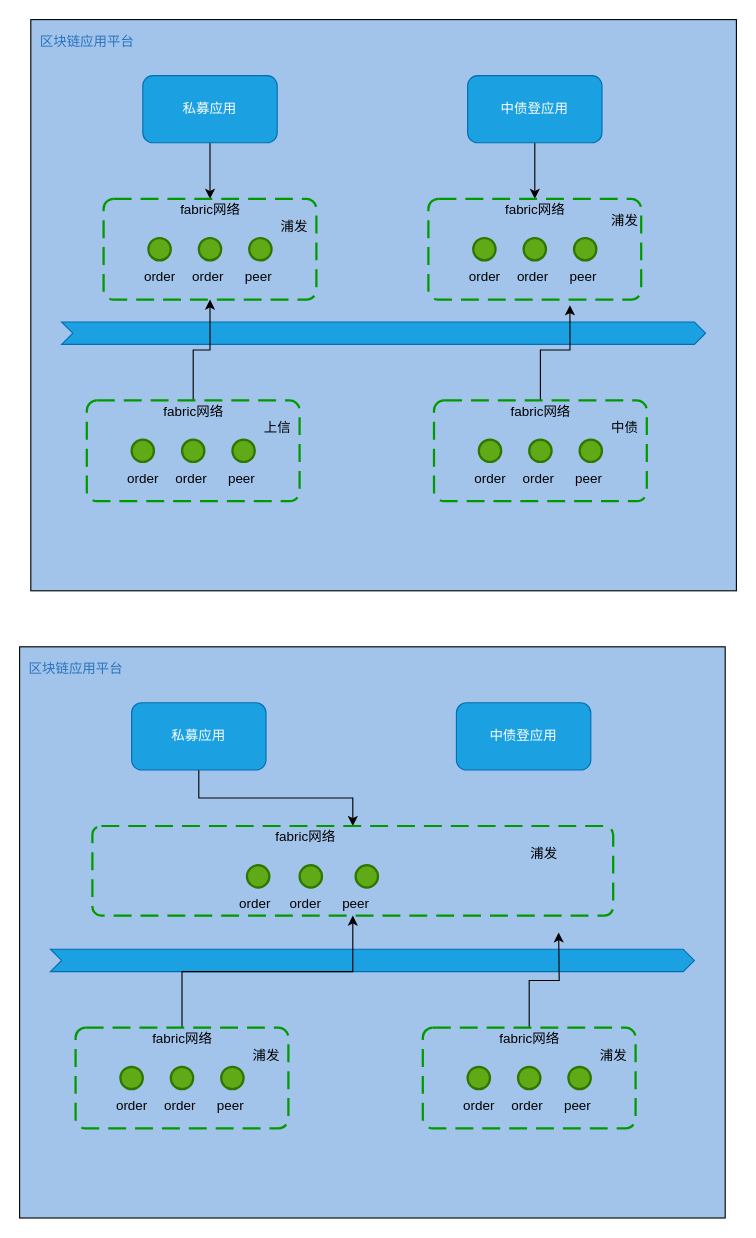
This is 未命名绘图.drawio from a1154319899/blockchain_learning_materials, a draw.io file, before an edit. Source tidied: cells renumbered, new cells numbered last; positions are measured from the earlier drawing's top-left corner, leaving out a move shared by most shapes. Both pictures are drawn from the tidied source at 112%, with x=0, y=0 at pixel (19, 19).
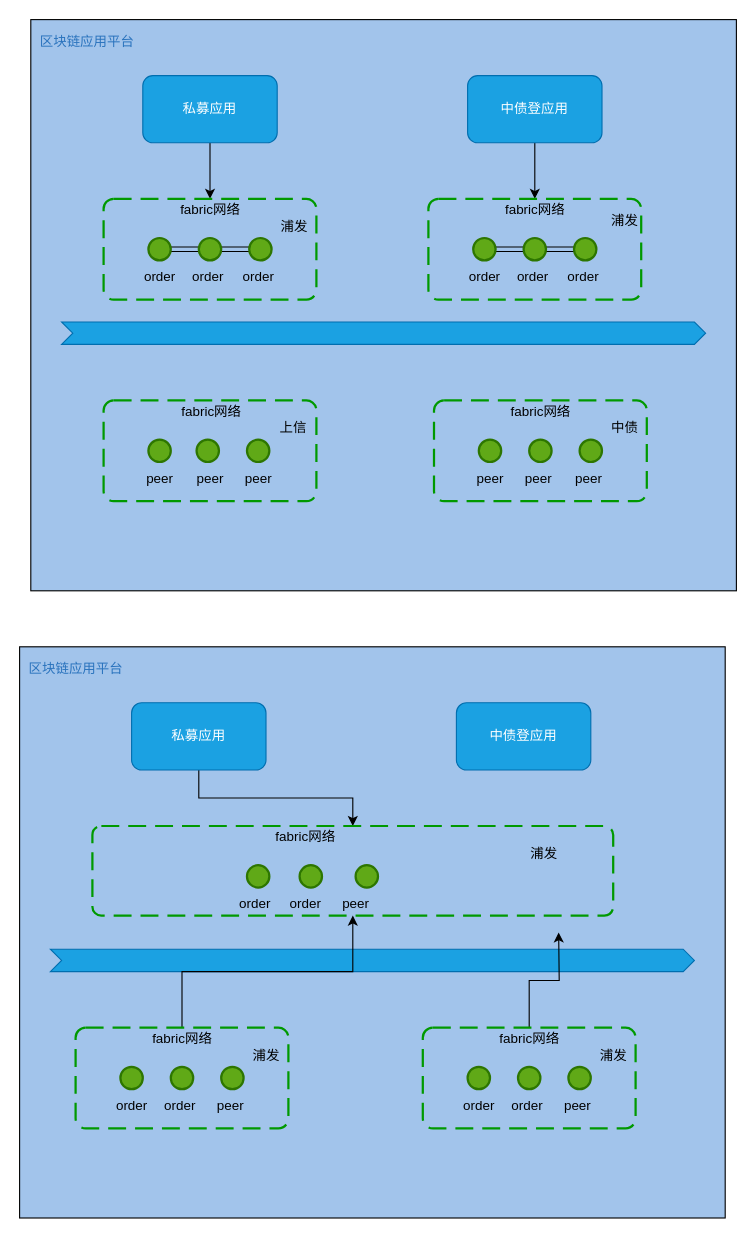
After the change.

The change refers to these unchanged cells:
```xml
<mxCell id="8" style="rounded=1;arcSize=10;dashed=1;fillColor=none;gradientColor=none;dashPattern=8 4;strokeWidth=2;fontColor=#2A73BD;strokeColor=#009900;" parent="1" vertex="1">
  <mxGeometry x="75" y="160" width="190" height="90" as="geometry" />
</mxCell>
<mxCell id="10" style="strokeWidth=2;html=1;shape=mxgraph.flowchart.start_2;whiteSpace=wrap;fillColor=#60a917;fontColor=#ffffff;strokeColor=#2D7600;" parent="1" vertex="1">
  <mxGeometry x="115" y="195" width="20" height="20" as="geometry" />
</mxCell>
<mxCell id="11" style="strokeWidth=2;html=1;shape=mxgraph.flowchart.start_2;whiteSpace=wrap;fillColor=#60a917;fontColor=#ffffff;strokeColor=#2D7600;" parent="1" vertex="1">
  <mxGeometry x="160" y="195" width="20" height="20" as="geometry" />
</mxCell>
<mxCell id="12" style="strokeWidth=2;html=1;shape=mxgraph.flowchart.start_2;whiteSpace=wrap;fillColor=#60a917;fontColor=#ffffff;strokeColor=#2D7600;" parent="1" vertex="1">
  <mxGeometry x="205" y="195" width="20" height="20" as="geometry" />
</mxCell>
<mxCell id="16" style="rounded=1;arcSize=10;dashed=1;fillColor=none;gradientColor=none;dashPattern=8 4;strokeWidth=2;fontColor=#2A73BD;strokeColor=#009900;" parent="1" vertex="1">
  <mxGeometry x="365" y="160" width="190" height="90" as="geometry" />
</mxCell>
<mxCell id="18" style="strokeWidth=2;html=1;shape=mxgraph.flowchart.start_2;whiteSpace=wrap;fillColor=#60a917;fontColor=#ffffff;strokeColor=#2D7600;" parent="1" vertex="1">
  <mxGeometry x="405" y="195" width="20" height="20" as="geometry" />
</mxCell>
<mxCell id="19" style="strokeWidth=2;html=1;shape=mxgraph.flowchart.start_2;whiteSpace=wrap;fillColor=#60a917;fontColor=#ffffff;strokeColor=#2D7600;" parent="1" vertex="1">
  <mxGeometry x="450" y="195" width="20" height="20" as="geometry" />
</mxCell>
<mxCell id="20" style="strokeWidth=2;html=1;shape=mxgraph.flowchart.start_2;whiteSpace=wrap;fillColor=#60a917;fontColor=#ffffff;strokeColor=#2D7600;" parent="1" vertex="1">
  <mxGeometry x="495" y="195" width="20" height="20" as="geometry" />
</mxCell>
<mxCell id="28" style="rounded=1;arcSize=10;dashed=1;fillColor=none;gradientColor=none;dashPattern=8 4;strokeWidth=2;fontColor=#2A73BD;strokeColor=#009900;" parent="1" vertex="1">
  <mxGeometry x="370" y="340" width="190" height="90" as="geometry" />
</mxCell>
```

The edit, as a diff of the source:
```diff
@@
+    <mxCell id="82" style="edgeStyle=orthogonalEdgeStyle;rounded=0;jettySize=auto;html=1;exitX=1;exitY=0.5;exitDx=0;exitDy=0;exitPerimeter=0;entryX=0;entryY=0.5;entryDx=0;entryDy=0;entryPerimeter=0;shape=link;" parent="1" edge="1" source="10" target="11">
+      <mxGeometry relative="1" as="geometry" />
+    </mxCell>
@@
+    <mxCell id="83" style="edgeStyle=orthogonalEdgeStyle;shape=link;rounded=0;jettySize=auto;html=1;exitX=1;exitY=0.5;exitDx=0;exitDy=0;exitPerimeter=0;" parent="1" edge="1" source="11" target="12">
+      <mxGeometry relative="1" as="geometry" />
+    </mxCell>
@@
-    <mxCell id="15" value="peer" style="text;html=1;align=center;verticalAlign=middle;fillColor=none;strokeColor=none;rounded=0;fontColor=#000000;" parent="1" vertex="1">
+    <mxCell id="15" value="order" style="text;html=1;align=center;verticalAlign=middle;fillColor=none;strokeColor=none;rounded=0;fontColor=#000000;" parent="1" vertex="1">
       <mxGeometry x="193" y="220" width="40" height="20" as="geometry" />
     </mxCell>
@@
+    <mxCell id="84" style="edgeStyle=orthogonalEdgeStyle;shape=link;rounded=0;jettySize=auto;html=1;exitX=1;exitY=0.5;exitDx=0;exitDy=0;exitPerimeter=0;entryX=0;entryY=0.5;entryDx=0;entryDy=0;entryPerimeter=0;" parent="1" edge="1" source="18" target="19">
+      <mxGeometry relative="1" as="geometry" />
+    </mxCell>
@@
+    <mxCell id="85" style="edgeStyle=orthogonalEdgeStyle;shape=link;rounded=0;jettySize=auto;html=1;exitX=1;exitY=0.5;exitDx=0;exitDy=0;exitPerimeter=0;entryX=0;entryY=0.5;entryDx=0;entryDy=0;entryPerimeter=0;" parent="1" edge="1" source="19" target="20">
+      <mxGeometry relative="1" as="geometry" />
+    </mxCell>
@@
-    <mxCell id="23" value="peer" style="text;html=1;align=center;verticalAlign=middle;fillColor=none;strokeColor=none;rounded=0;fontColor=#000000;" parent="1" vertex="1">
+    <mxCell id="23" value="order" style="text;html=1;align=center;verticalAlign=middle;fillColor=none;strokeColor=none;rounded=0;fontColor=#000000;" parent="1" vertex="1">
       <mxGeometry x="483" y="220" width="40" height="20" as="geometry" />
     </mxCell>
@@
-    <mxCell id="27" style="edgeStyle=orthogonalEdgeStyle;rounded=0;jettySize=auto;html=1;exitX=0.5;exitY=0;exitDx=0;exitDy=0;entryX=0.665;entryY=1.056;entryDx=0;entryDy=0;entryPerimeter=0;" parent="1" edge="1" source="28" target="16">
-      <mxGeometry relative="1" as="geometry" />
-    </mxCell>
@@
-    <mxCell id="33" value="order" style="text;html=1;align=center;verticalAlign=middle;fillColor=none;strokeColor=none;rounded=0;fontColor=#000000;" parent="1" vertex="1">
+    <mxCell id="33" value="peer" style="text;html=1;align=center;verticalAlign=middle;fillColor=none;strokeColor=none;rounded=0;fontColor=#000000;" parent="1" vertex="1">
       <mxGeometry x="400" y="400" width="40" height="20" as="geometry" />
     </mxCell>
-    <mxCell id="34" value="order" style="text;html=1;align=center;verticalAlign=middle;fillColor=none;strokeColor=none;rounded=0;fontColor=#000000;" parent="1" vertex="1">
+    <mxCell id="34" value="peer" style="text;html=1;align=center;verticalAlign=middle;fillColor=none;strokeColor=none;rounded=0;fontColor=#000000;" parent="1" vertex="1">
       <mxGeometry x="443" y="400" width="40" height="20" as="geometry" />
     </mxCell>
@@
-    <mxCell id="37" style="edgeStyle=orthogonalEdgeStyle;rounded=0;jettySize=auto;html=1;exitX=0.5;exitY=0;exitDx=0;exitDy=0;entryX=0.5;entryY=1;entryDx=0;entryDy=0;" parent="1" edge="1" source="38" target="8">
-      <mxGeometry relative="1" as="geometry" />
-    </mxCell>
     <mxCell id="38" style="rounded=1;arcSize=10;dashed=1;fillColor=none;gradientColor=none;dashPattern=8 4;strokeWidth=2;fontColor=#2A73BD;strokeColor=#009900;" parent="1" vertex="1">
-      <mxGeometry x="60" y="340" width="190" height="90" as="geometry" />
+      <mxGeometry x="75" y="340" width="190" height="90" as="geometry" />
     </mxCell>
     <mxCell id="39" value="fabric网络" style="text;html=1;align=center;verticalAlign=middle;fillColor=none;strokeColor=none;rounded=0;" parent="1" vertex="1">
-      <mxGeometry x="120" y="340" width="70" height="20" as="geometry" />
+      <mxGeometry x="136" y="340" width="70" height="20" as="geometry" />
     </mxCell>
     <mxCell id="40" style="strokeWidth=2;html=1;shape=mxgraph.flowchart.start_2;whiteSpace=wrap;fillColor=#60a917;fontColor=#ffffff;strokeColor=#2D7600;" parent="1" vertex="1">
-      <mxGeometry x="100" y="375" width="20" height="20" as="geometry" />
+      <mxGeometry x="115" y="375" width="20" height="20" as="geometry" />
     </mxCell>
     <mxCell id="41" style="strokeWidth=2;html=1;shape=mxgraph.flowchart.start_2;whiteSpace=wrap;fillColor=#60a917;fontColor=#ffffff;strokeColor=#2D7600;" parent="1" vertex="1">
-      <mxGeometry x="145" y="375" width="20" height="20" as="geometry" />
+      <mxGeometry x="158" y="375" width="20" height="20" as="geometry" />
     </mxCell>
     <mxCell id="42" style="strokeWidth=2;html=1;shape=mxgraph.flowchart.start_2;whiteSpace=wrap;fillColor=#60a917;fontColor=#ffffff;strokeColor=#2D7600;" parent="1" vertex="1">
-      <mxGeometry x="190" y="375" width="20" height="20" as="geometry" />
+      <mxGeometry x="203" y="375" width="20" height="20" as="geometry" />
     </mxCell>
-    <mxCell id="43" value="order" style="text;html=1;align=center;verticalAlign=middle;fillColor=none;strokeColor=none;rounded=0;fontColor=#000000;" parent="1" vertex="1">
-      <mxGeometry x="90" y="400" width="40" height="20" as="geometry" />
+    <mxCell id="43" value="peer" style="text;html=1;align=center;verticalAlign=middle;fillColor=none;strokeColor=none;rounded=0;fontColor=#000000;" parent="1" vertex="1">
+      <mxGeometry x="105" y="400" width="40" height="20" as="geometry" />
     </mxCell>
-    <mxCell id="44" value="order" style="text;html=1;align=center;verticalAlign=middle;fillColor=none;strokeColor=none;rounded=0;fontColor=#000000;" parent="1" vertex="1">
-      <mxGeometry x="133" y="400" width="40" height="20" as="geometry" />
+    <mxCell id="44" value="peer" style="text;html=1;align=center;verticalAlign=middle;fillColor=none;strokeColor=none;rounded=0;fontColor=#000000;" parent="1" vertex="1">
+      <mxGeometry x="150" y="400" width="40" height="20" as="geometry" />
     </mxCell>
     <mxCell id="45" value="peer" style="text;html=1;align=center;verticalAlign=middle;fillColor=none;strokeColor=none;rounded=0;fontColor=#000000;" parent="1" vertex="1">
-      <mxGeometry x="178" y="400" width="40" height="20" as="geometry" />
+      <mxGeometry x="193" y="400" width="40" height="20" as="geometry" />
     </mxCell>
     <mxCell id="46" value="上信" style="text;html=1;align=center;verticalAlign=middle;fillColor=none;strokeColor=none;rounded=0;" parent="1" vertex="1">
-      <mxGeometry x="210" y="355" width="40" height="20" as="geometry" />
+      <mxGeometry x="224" y="355" width="40" height="20" as="geometry" />
     </mxCell>
```
